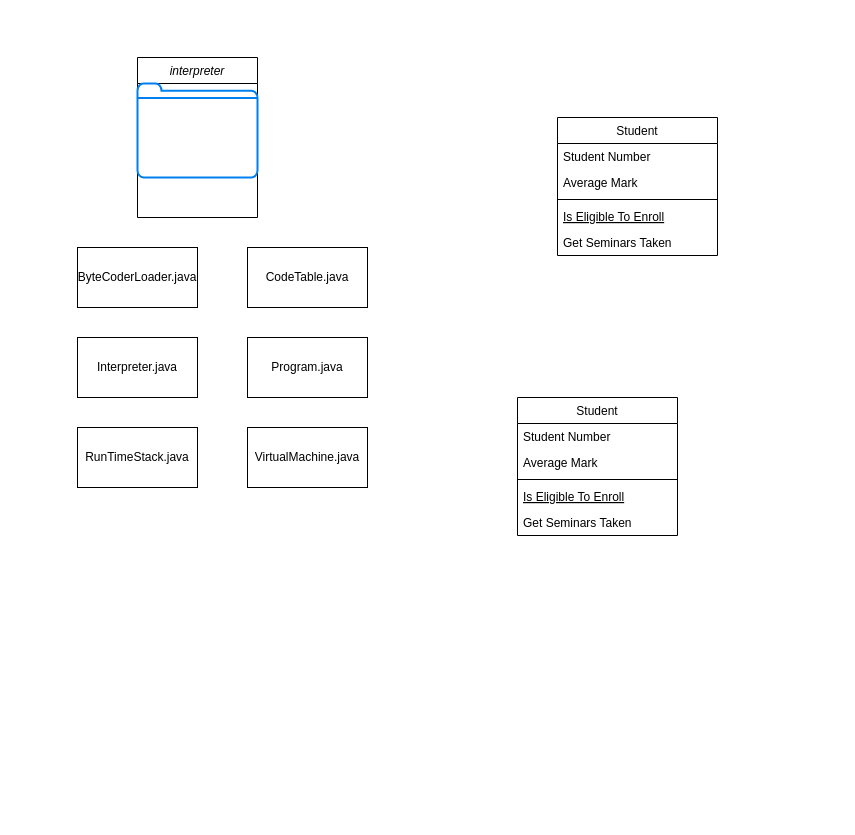
Shanil12/CLASS-DIAGRAMS keeps this draw.io diagram as A4.drawio. Above is the earlier version. Source tidied: cells renumbered, new cells numbered last; positions are measured from the earlier drawing's top-left corner, leaving out a move shared by most shapes. Both pictures are drawn from the tidied source at 100%, with x=0, y=0 at pixel (77, 57).
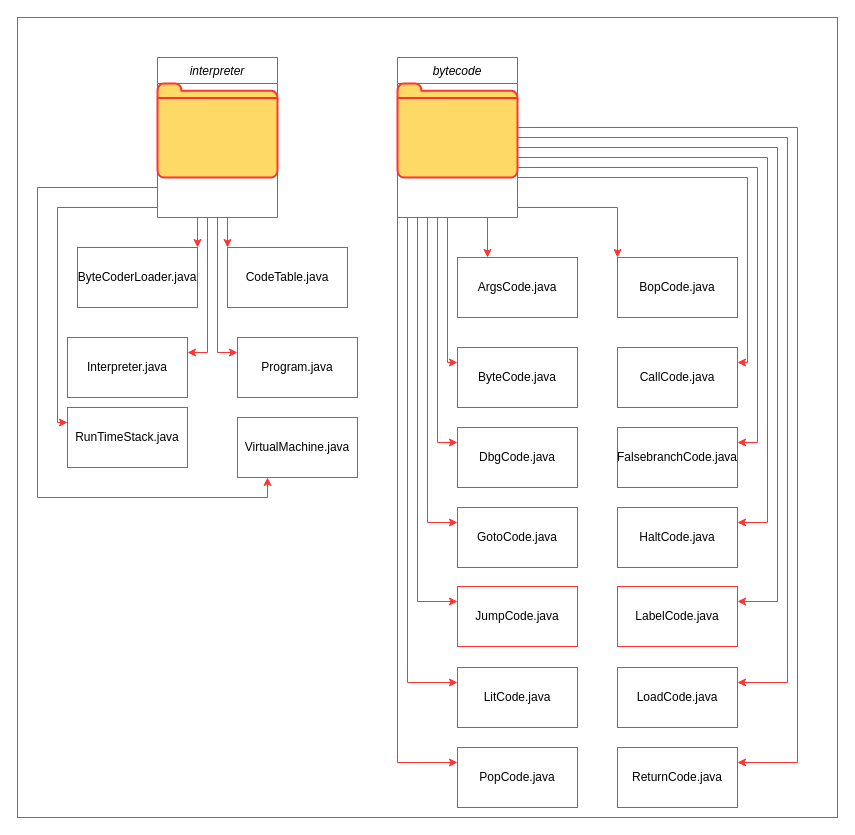
The same page after the edit.

Diff of the diagram source:
```diff
@@
+    <mxCell id="22" style="rounded=0;whiteSpace=wrap;html=1;shadow=0;strokeColor=#FF3333;fillColor=#FFFFFF;" parent="1" vertex="1">
+      <mxGeometry x="-60" y="-40" width="820" height="800" as="geometry" />
+    </mxCell>
+    <mxCell id="23" style="edgeStyle=orthogonalEdgeStyle;rounded=0;jettySize=auto;html=1;exitX=0.5;exitY=1;exitDx=0;exitDy=0;entryX=1;entryY=0;entryDx=0;entryDy=0;strokeColor=#FF3333;shadow=0;" parent="1" edge="1" source="2" target="18">
+      <mxGeometry relative="1" as="geometry" />
+    </mxCell>
+    <mxCell id="24" style="edgeStyle=orthogonalEdgeStyle;rounded=0;jettySize=auto;html=1;exitX=0.75;exitY=1;exitDx=0;exitDy=0;entryX=0;entryY=0;entryDx=0;entryDy=0;strokeColor=#FF3333;shadow=0;" parent="1" edge="1" source="2" target="19">
+      <mxGeometry relative="1" as="geometry" />
+    </mxCell>
+    <mxCell id="25" style="edgeStyle=orthogonalEdgeStyle;rounded=0;jettySize=auto;html=1;exitX=0.5;exitY=1;exitDx=0;exitDy=0;entryX=1;entryY=0.25;entryDx=0;entryDy=0;strokeColor=#FF3333;shadow=0;" parent="1" edge="1" source="2" target="20">
+      <mxGeometry relative="1" as="geometry">
+        <Array as="points">
+          <mxPoint x="130" y="160" />
+          <mxPoint x="130" y="295" />
+        </Array>
+      </mxGeometry>
+    </mxCell>
+    <mxCell id="26" style="edgeStyle=orthogonalEdgeStyle;rounded=0;jettySize=auto;html=1;exitX=0.5;exitY=1;exitDx=0;exitDy=0;entryX=0;entryY=0.25;entryDx=0;entryDy=0;strokeColor=#FF3333;shadow=0;" parent="1" edge="1" source="2" target="17">
+      <mxGeometry relative="1" as="geometry" />
+    </mxCell>
+    <mxCell id="27" style="edgeStyle=orthogonalEdgeStyle;rounded=0;jettySize=auto;html=1;exitX=0;exitY=0.75;exitDx=0;exitDy=0;entryX=0;entryY=0.25;entryDx=0;entryDy=0;strokeColor=#FF3333;shadow=0;" parent="1" edge="1" source="2" target="16">
+      <mxGeometry relative="1" as="geometry">
+        <Array as="points">
+          <mxPoint x="80" y="150" />
+          <mxPoint x="-20" y="150" />
+          <mxPoint x="-20" y="365" />
+        </Array>
+      </mxGeometry>
+    </mxCell>
+    <mxCell id="28" style="edgeStyle=orthogonalEdgeStyle;rounded=0;jettySize=auto;html=1;exitX=0;exitY=0.5;exitDx=0;exitDy=0;entryX=0.25;entryY=1;entryDx=0;entryDy=0;strokeColor=#FF3333;shadow=0;" parent="1" edge="1" source="2" target="21">
+      <mxGeometry relative="1" as="geometry">
+        <Array as="points">
+          <mxPoint x="80" y="130" />
+          <mxPoint x="-40" y="130" />
+          <mxPoint x="-40" y="440" />
+          <mxPoint x="190" y="440" />
+        </Array>
+      </mxGeometry>
+    </mxCell>
-    <mxCell id="2" value="interpreter" style="swimlane;fontStyle=2;align=center;verticalAlign=top;horizontal=1;startSize=26;rounded=0;shadow=0;strokeWidth=1;" parent="1" vertex="1">
-      <mxGeometry x="60" width="120" height="160" as="geometry" />
+    <mxCell id="2" value="interpreter" style="swimlane;fontStyle=2;align=center;verticalAlign=top;horizontal=1;startSize=26;rounded=0;shadow=0;strokeWidth=1;strokeColor=#FF3333;" parent="1" vertex="1">
+      <mxGeometry x="80" width="120" height="160" as="geometry" />
     </mxCell>
-    <mxCell id="3" style="html=1;verticalLabelPosition=bottom;align=center;labelBackgroundColor=#ffffff;verticalAlign=top;strokeWidth=2;strokeColor=#0080F0;shadow=0;dashed=0;shape=mxgraph.ios7.icons.folder;" parent="2" vertex="1">
+    <mxCell id="3" style="html=1;verticalLabelPosition=bottom;align=center;labelBackgroundColor=#ffffff;verticalAlign=top;strokeWidth=2;strokeColor=#FF3333;shadow=0;dashed=0;shape=mxgraph.ios7.icons.folder;fillColor=#FFD966;" parent="2" vertex="1">
       <mxGeometry y="26" width="120" height="94" as="geometry" />
     </mxCell>
-    <mxCell id="4" value="Student" style="swimlane;fontStyle=0;align=center;verticalAlign=top;horizontal=1;startSize=26;rounded=0;shadow=0;strokeWidth=1;" parent="1" vertex="1">
-      <mxGeometry x="480" y="60" width="160" height="138" as="geometry" />
-    </mxCell>
-    <mxCell id="5" value="Student Number" style="text;align=left;verticalAlign=top;spacingLeft=4;spacingRight=4;overflow=hidden;" parent="4" vertex="1">
-      <mxGeometry y="26" width="160" height="26" as="geometry" />
-    </mxCell>
-    <mxCell id="6" value="Average Mark" style="text;align=left;verticalAlign=top;spacingLeft=4;spacingRight=4;overflow=hidden;rounded=0;shadow=0;html=0;" parent="4" vertex="1">
-      <mxGeometry y="52" width="160" height="26" as="geometry" />
-    </mxCell>
-    <mxCell id="7" style="line;html=1;strokeWidth=1;align=left;verticalAlign=middle;spacingTop=-1;spacingLeft=3;spacingRight=3;labelPosition=right;" parent="4" vertex="1">
-      <mxGeometry y="78" width="160" height="8" as="geometry" />
-    </mxCell>
-    <mxCell id="8" value="Is Eligible To Enroll" style="text;align=left;verticalAlign=top;spacingLeft=4;spacingRight=4;overflow=hidden;fontStyle=4;" parent="4" vertex="1">
-      <mxGeometry y="86" width="160" height="26" as="geometry" />
-    </mxCell>
-    <mxCell id="9" value="Get Seminars Taken" style="text;align=left;verticalAlign=top;spacingLeft=4;spacingRight=4;overflow=hidden;" parent="4" vertex="1">
-      <mxGeometry y="112" width="160" height="26" as="geometry" />
-    </mxCell>
-    <mxCell id="10" value="Student" style="swimlane;fontStyle=0;align=center;verticalAlign=top;horizontal=1;startSize=26;rounded=0;shadow=0;strokeWidth=1;" parent="1" vertex="1">
-      <mxGeometry x="440" y="340" width="160" height="138" as="geometry" />
-    </mxCell>
-    <mxCell id="11" value="Student Number" style="text;align=left;verticalAlign=top;spacingLeft=4;spacingRight=4;overflow=hidden;" parent="10" vertex="1">
-      <mxGeometry y="26" width="160" height="26" as="geometry" />
-    </mxCell>
-    <mxCell id="12" value="Average Mark" style="text;align=left;verticalAlign=top;spacingLeft=4;spacingRight=4;overflow=hidden;rounded=0;shadow=0;html=0;" parent="10" vertex="1">
-      <mxGeometry y="52" width="160" height="26" as="geometry" />
-    </mxCell>
-    <mxCell id="13" style="line;html=1;strokeWidth=1;align=left;verticalAlign=middle;spacingTop=-1;spacingLeft=3;spacingRight=3;labelPosition=right;" parent="10" vertex="1">
-      <mxGeometry y="78" width="160" height="8" as="geometry" />
-    </mxCell>
-    <mxCell id="14" value="Is Eligible To Enroll" style="text;align=left;verticalAlign=top;spacingLeft=4;spacingRight=4;overflow=hidden;fontStyle=4;" parent="10" vertex="1">
-      <mxGeometry y="86" width="160" height="26" as="geometry" />
-    </mxCell>
-    <mxCell id="15" value="Get Seminars Taken" style="text;align=left;verticalAlign=top;spacingLeft=4;spacingRight=4;overflow=hidden;" parent="10" vertex="1">
-      <mxGeometry y="112" width="160" height="26" as="geometry" />
-    </mxCell>
-    <mxCell id="16" value="RunTimeStack.java" style="rounded=0;whiteSpace=wrap;html=1;" parent="1" vertex="1">
-      <mxGeometry y="370" width="120" height="60" as="geometry" />
+    <mxCell id="16" value="RunTimeStack.java" style="rounded=0;whiteSpace=wrap;html=1;strokeColor=#FF3333;shadow=0;" parent="1" vertex="1">
+      <mxGeometry x="-10" y="350" width="120" height="60" as="geometry" />
     </mxCell>
-    <mxCell id="17" value="Program.java" style="rounded=0;whiteSpace=wrap;html=1;" parent="1" vertex="1">
-      <mxGeometry x="170" y="280" width="120" height="60" as="geometry" />
+    <mxCell id="17" value="Program.java" style="rounded=0;whiteSpace=wrap;html=1;strokeColor=#FF3333;shadow=0;" parent="1" vertex="1">
+      <mxGeometry x="160" y="280" width="120" height="60" as="geometry" />
     </mxCell>
-    <mxCell id="18" value="ByteCoderLoader.java" style="rounded=0;whiteSpace=wrap;html=1;" parent="1" vertex="1">
+    <mxCell id="18" value="ByteCoderLoader.java" style="rounded=0;whiteSpace=wrap;html=1;strokeColor=#FF3333;shadow=0;" parent="1" vertex="1">
       <mxGeometry y="190" width="120" height="60" as="geometry" />
     </mxCell>
-    <mxCell id="19" value="CodeTable.java" style="rounded=0;whiteSpace=wrap;html=1;" parent="1" vertex="1">
-      <mxGeometry x="170" y="190" width="120" height="60" as="geometry" />
+    <mxCell id="19" value="CodeTable.java" style="rounded=0;whiteSpace=wrap;html=1;strokeColor=#FF3333;shadow=0;" parent="1" vertex="1">
+      <mxGeometry x="150" y="190" width="120" height="60" as="geometry" />
     </mxCell>
-    <mxCell id="20" value="Interpreter.java" style="rounded=0;whiteSpace=wrap;html=1;" parent="1" vertex="1">
-      <mxGeometry y="280" width="120" height="60" as="geometry" />
+    <mxCell id="20" value="Interpreter.java" style="rounded=0;whiteSpace=wrap;html=1;strokeColor=#FF3333;shadow=0;" parent="1" vertex="1">
+      <mxGeometry x="-10" y="280" width="120" height="60" as="geometry" />
     </mxCell>
-    <mxCell id="21" value="VirtualMachine.java" style="rounded=0;whiteSpace=wrap;html=1;" parent="1" vertex="1">
-      <mxGeometry x="170" y="370" width="120" height="60" as="geometry" />
+    <mxCell id="21" value="VirtualMachine.java" style="rounded=0;whiteSpace=wrap;html=1;strokeColor=#FF3333;shadow=0;" parent="1" vertex="1">
+      <mxGeometry x="160" y="360" width="120" height="60" as="geometry" />
     </mxCell>
+    <mxCell id="29" style="edgeStyle=orthogonalEdgeStyle;rounded=0;jettySize=auto;html=1;exitX=0.25;exitY=1;exitDx=0;exitDy=0;entryX=0;entryY=0.25;entryDx=0;entryDy=0;strokeColor=#FF3333;shadow=0;" parent="1" edge="1" source="43" target="48">
+      <mxGeometry relative="1" as="geometry">
+        <Array as="points">
+          <mxPoint x="370" y="160" />
+          <mxPoint x="370" y="305" />
+        </Array>
+      </mxGeometry>
+    </mxCell>
+    <mxCell id="30" style="edgeStyle=orthogonalEdgeStyle;rounded=0;jettySize=auto;html=1;exitX=0;exitY=1;exitDx=0;exitDy=0;entryX=0;entryY=0.25;entryDx=0;entryDy=0;strokeColor=#FF3333;shadow=0;" parent="1" edge="1" source="43" target="50">
+      <mxGeometry relative="1" as="geometry">
+        <Array as="points">
+          <mxPoint x="360" y="160" />
+          <mxPoint x="360" y="385" />
+        </Array>
+      </mxGeometry>
+    </mxCell>
+    <mxCell id="31" style="edgeStyle=orthogonalEdgeStyle;rounded=0;jettySize=auto;html=1;exitX=0;exitY=1;exitDx=0;exitDy=0;entryX=0;entryY=0.25;entryDx=0;entryDy=0;strokeColor=#FF3333;shadow=0;" parent="1" edge="1" source="43" target="49">
+      <mxGeometry relative="1" as="geometry">
+        <Array as="points">
+          <mxPoint x="350" y="160" />
+          <mxPoint x="350" y="465" />
+        </Array>
+      </mxGeometry>
+    </mxCell>
+    <mxCell id="32" style="edgeStyle=orthogonalEdgeStyle;rounded=0;jettySize=auto;html=1;exitX=0;exitY=1;exitDx=0;exitDy=0;entryX=0;entryY=0.25;entryDx=0;entryDy=0;strokeColor=#FF3333;shadow=0;" parent="1" edge="1" source="43" target="52">
+      <mxGeometry relative="1" as="geometry">
+        <Array as="points">
+          <mxPoint x="340" y="160" />
+          <mxPoint x="340" y="544" />
+        </Array>
+      </mxGeometry>
+    </mxCell>
+    <mxCell id="33" style="edgeStyle=orthogonalEdgeStyle;rounded=0;jettySize=auto;html=1;exitX=0;exitY=1;exitDx=0;exitDy=0;entryX=0;entryY=0.25;entryDx=0;entryDy=0;strokeColor=#FF3333;shadow=0;" parent="1" edge="1" source="43" target="54">
+      <mxGeometry relative="1" as="geometry">
+        <Array as="points">
+          <mxPoint x="330" y="160" />
+          <mxPoint x="330" y="625" />
+        </Array>
+      </mxGeometry>
+    </mxCell>
+    <mxCell id="34" style="edgeStyle=orthogonalEdgeStyle;rounded=0;jettySize=auto;html=1;exitX=0;exitY=1;exitDx=0;exitDy=0;entryX=0;entryY=0.25;entryDx=0;entryDy=0;strokeColor=#FF3333;shadow=0;" parent="1" edge="1" source="43" target="57">
+      <mxGeometry relative="1" as="geometry" />
+    </mxCell>
+    <mxCell id="35" style="edgeStyle=orthogonalEdgeStyle;rounded=0;jettySize=auto;html=1;exitX=0.75;exitY=1;exitDx=0;exitDy=0;entryX=0.25;entryY=0;entryDx=0;entryDy=0;strokeColor=#FF3333;shadow=0;" parent="1" edge="1" source="43" target="45">
+      <mxGeometry relative="1" as="geometry" />
+    </mxCell>
+    <mxCell id="36" style="edgeStyle=orthogonalEdgeStyle;rounded=0;jettySize=auto;html=1;exitX=1;exitY=0.75;exitDx=0;exitDy=0;entryX=0;entryY=0;entryDx=0;entryDy=0;strokeColor=#FF3333;shadow=0;" parent="1" edge="1" source="43" target="47">
+      <mxGeometry relative="1" as="geometry">
+        <Array as="points">
+          <mxPoint x="440" y="150" />
+          <mxPoint x="540" y="150" />
+        </Array>
+      </mxGeometry>
+    </mxCell>
+    <mxCell id="37" style="edgeStyle=orthogonalEdgeStyle;rounded=0;jettySize=auto;html=1;exitX=1;exitY=0.75;exitDx=0;exitDy=0;entryX=1;entryY=0.25;entryDx=0;entryDy=0;strokeColor=#FF3333;shadow=0;" parent="1" edge="1" source="43" target="46">
+      <mxGeometry relative="1" as="geometry">
+        <Array as="points">
+          <mxPoint x="670" y="120" />
+          <mxPoint x="670" y="305" />
+        </Array>
+      </mxGeometry>
+    </mxCell>
+    <mxCell id="38" style="edgeStyle=orthogonalEdgeStyle;rounded=0;jettySize=auto;html=1;exitX=1;exitY=0.5;exitDx=0;exitDy=0;entryX=1;entryY=0.25;entryDx=0;entryDy=0;strokeColor=#FF3333;shadow=0;" parent="1" edge="1" source="43" target="51">
+      <mxGeometry relative="1" as="geometry">
+        <Array as="points">
+          <mxPoint x="440" y="110" />
+          <mxPoint x="680" y="110" />
+          <mxPoint x="680" y="385" />
+        </Array>
+      </mxGeometry>
+    </mxCell>
+    <mxCell id="39" style="edgeStyle=orthogonalEdgeStyle;rounded=0;jettySize=auto;html=1;exitX=1;exitY=0.5;exitDx=0;exitDy=0;entryX=1;entryY=0.25;entryDx=0;entryDy=0;strokeColor=#FF3333;shadow=0;" parent="1" edge="1" source="43" target="53">
+      <mxGeometry relative="1" as="geometry">
+        <Array as="points">
+          <mxPoint x="440" y="100" />
+          <mxPoint x="690" y="100" />
+          <mxPoint x="690" y="465" />
+        </Array>
+      </mxGeometry>
+    </mxCell>
+    <mxCell id="40" style="edgeStyle=orthogonalEdgeStyle;rounded=0;jettySize=auto;html=1;exitX=1;exitY=0.5;exitDx=0;exitDy=0;entryX=1;entryY=0.25;entryDx=0;entryDy=0;strokeColor=#FF3333;shadow=0;" parent="1" edge="1" source="43" target="55">
+      <mxGeometry relative="1" as="geometry">
+        <Array as="points">
+          <mxPoint x="440" y="90" />
+          <mxPoint x="700" y="90" />
+          <mxPoint x="700" y="544" />
+        </Array>
+      </mxGeometry>
+    </mxCell>
+    <mxCell id="41" style="edgeStyle=orthogonalEdgeStyle;rounded=0;jettySize=auto;html=1;exitX=1;exitY=0.25;exitDx=0;exitDy=0;entryX=1;entryY=0.25;entryDx=0;entryDy=0;strokeColor=#FF3333;shadow=0;" parent="1" edge="1" source="43" target="56">
+      <mxGeometry relative="1" as="geometry">
+        <Array as="points">
+          <mxPoint x="440" y="80" />
+          <mxPoint x="710" y="80" />
+          <mxPoint x="710" y="625" />
+        </Array>
+      </mxGeometry>
+    </mxCell>
+    <mxCell id="42" style="edgeStyle=orthogonalEdgeStyle;rounded=0;jettySize=auto;html=1;exitX=1;exitY=0.25;exitDx=0;exitDy=0;entryX=1;entryY=0.25;entryDx=0;entryDy=0;strokeColor=#FF3333;shadow=0;" parent="1" edge="1" source="43" target="58">
+      <mxGeometry relative="1" as="geometry">
+        <Array as="points">
+          <mxPoint x="440" y="70" />
+          <mxPoint x="720" y="70" />
+          <mxPoint x="720" y="705" />
+        </Array>
+      </mxGeometry>
+    </mxCell>
+    <mxCell id="43" value="bytecode" style="swimlane;fontStyle=2;align=center;verticalAlign=top;horizontal=1;startSize=26;rounded=0;shadow=0;strokeWidth=1;strokeColor=#FF3333;" parent="1" vertex="1">
+      <mxGeometry x="320" width="120" height="160" as="geometry" />
+    </mxCell>
+    <mxCell id="44" style="html=1;verticalLabelPosition=bottom;align=center;labelBackgroundColor=#ffffff;verticalAlign=top;strokeWidth=2;strokeColor=#FF3333;shadow=0;dashed=0;shape=mxgraph.ios7.icons.folder;fillColor=#FFD966;" parent="43" vertex="1">
+      <mxGeometry y="26" width="120" height="94" as="geometry" />
+    </mxCell>
+    <mxCell id="45" value="ArgsCode.java" style="rounded=0;whiteSpace=wrap;html=1;strokeColor=#FF3333;shadow=0;" parent="1" vertex="1">
+      <mxGeometry x="380" y="200" width="120" height="60" as="geometry" />
+    </mxCell>
+    <mxCell id="46" value="CallCode.java" style="rounded=0;whiteSpace=wrap;html=1;strokeColor=#FF3333;shadow=0;" parent="1" vertex="1">
+      <mxGeometry x="540" y="290" width="120" height="60" as="geometry" />
+    </mxCell>
+    <mxCell id="47" value="BopCode.java" style="rounded=0;whiteSpace=wrap;html=1;strokeColor=#FF3333;shadow=0;" parent="1" vertex="1">
+      <mxGeometry x="540" y="200" width="120" height="60" as="geometry" />
+    </mxCell>
+    <mxCell id="48" value="ByteCode.java" style="rounded=0;whiteSpace=wrap;html=1;strokeColor=#FF3333;shadow=0;" parent="1" vertex="1">
+      <mxGeometry x="380" y="290" width="120" height="60" as="geometry" />
+    </mxCell>
+    <mxCell id="49" value="GotoCode.java" style="rounded=0;whiteSpace=wrap;html=1;strokeColor=#FF3333;shadow=0;" parent="1" vertex="1">
+      <mxGeometry x="380" y="450" width="120" height="60" as="geometry" />
+    </mxCell>
+    <mxCell id="50" value="DbgCode.java" style="rounded=0;whiteSpace=wrap;html=1;strokeColor=#FF3333;shadow=0;" parent="1" vertex="1">
+      <mxGeometry x="380" y="370" width="120" height="60" as="geometry" />
+    </mxCell>
+    <mxCell id="51" value="FalsebranchCode.java" style="rounded=0;whiteSpace=wrap;html=1;strokeColor=#FF3333;shadow=0;" parent="1" vertex="1">
+      <mxGeometry x="540" y="370" width="120" height="60" as="geometry" />
+    </mxCell>
+    <mxCell id="52" value="JumpCode.java" style="rounded=0;whiteSpace=wrap;html=1;strokeColor=#FF3333;shadow=0;" parent="1" vertex="1">
+      <mxGeometry x="380" y="529" width="120" height="60" as="geometry" />
+    </mxCell>
+    <mxCell id="53" value="HaltCode.java" style="rounded=0;whiteSpace=wrap;html=1;strokeColor=#FF3333;shadow=0;" parent="1" vertex="1">
+      <mxGeometry x="540" y="450" width="120" height="60" as="geometry" />
+    </mxCell>
+    <mxCell id="54" value="LitCode.java" style="rounded=0;whiteSpace=wrap;html=1;strokeColor=#FF3333;shadow=0;" parent="1" vertex="1">
+      <mxGeometry x="380" y="610" width="120" height="60" as="geometry" />
+    </mxCell>
+    <mxCell id="55" value="LabelCode.java" style="rounded=0;whiteSpace=wrap;html=1;strokeColor=#FF3333;shadow=0;" parent="1" vertex="1">
+      <mxGeometry x="540" y="529" width="120" height="60" as="geometry" />
+    </mxCell>
+    <mxCell id="56" value="LoadCode.java" style="rounded=0;whiteSpace=wrap;html=1;strokeColor=#FF3333;shadow=0;" parent="1" vertex="1">
+      <mxGeometry x="540" y="610" width="120" height="60" as="geometry" />
+    </mxCell>
+    <mxCell id="57" value="PopCode.java" style="rounded=0;whiteSpace=wrap;html=1;strokeColor=#FF3333;shadow=0;" parent="1" vertex="1">
+      <mxGeometry x="380" y="690" width="120" height="60" as="geometry" />
+    </mxCell>
+    <mxCell id="58" value="ReturnCode.java" style="rounded=0;whiteSpace=wrap;html=1;strokeColor=#FF3333;shadow=0;" parent="1" vertex="1">
+      <mxGeometry x="540" y="690" width="120" height="60" as="geometry" />
+    </mxCell>
```
